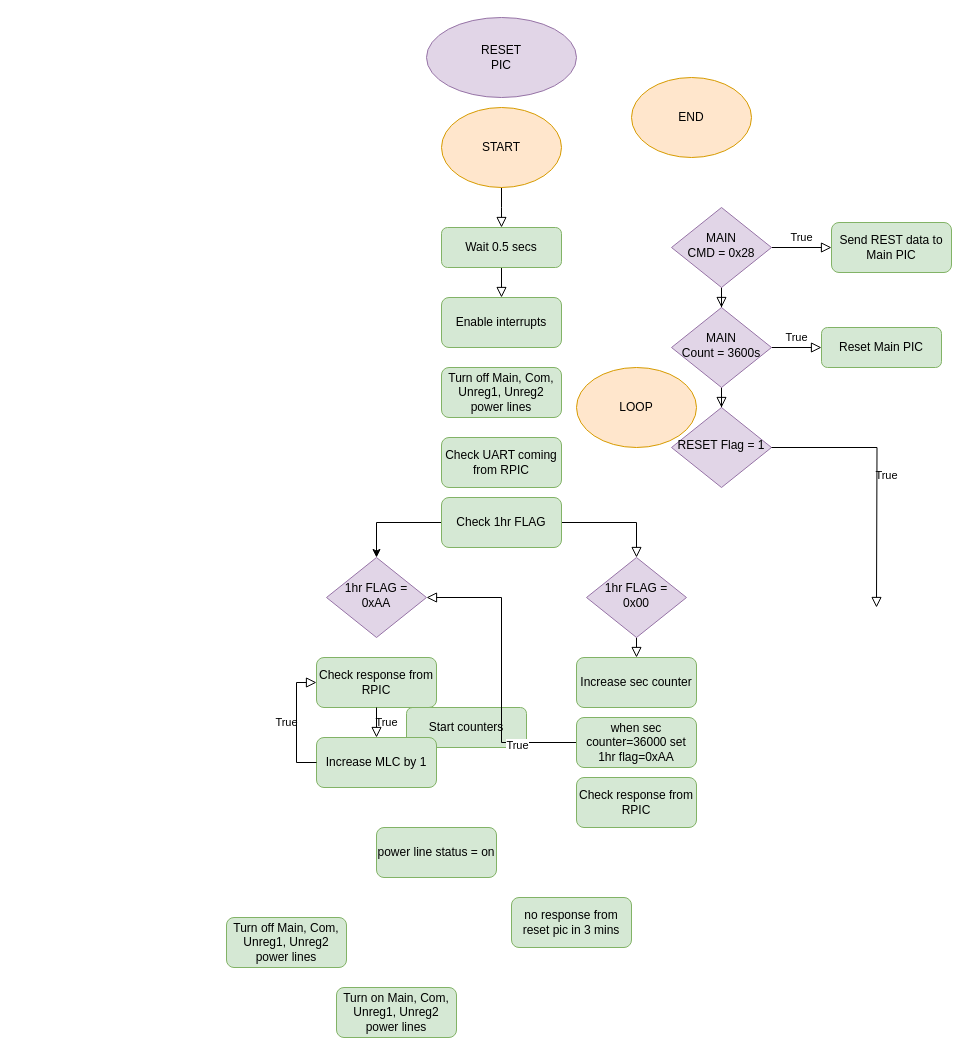
BIRDSOpenSource/BIRDSRP-OBC keeps this draw.io diagram as page "RESET-PIC-1.1" (4 of 9) of Diagrams/operation_scenario.drawio. Above is the earlier version. Source tidied: cells renumbered, new cells numbered last; positions are measured from the earlier drawing's top-left corner, leaving out a move shared by most shapes. Both pictures are drawn from the tidied source at 100%, with x=0, y=0 at pixel (226, 17).
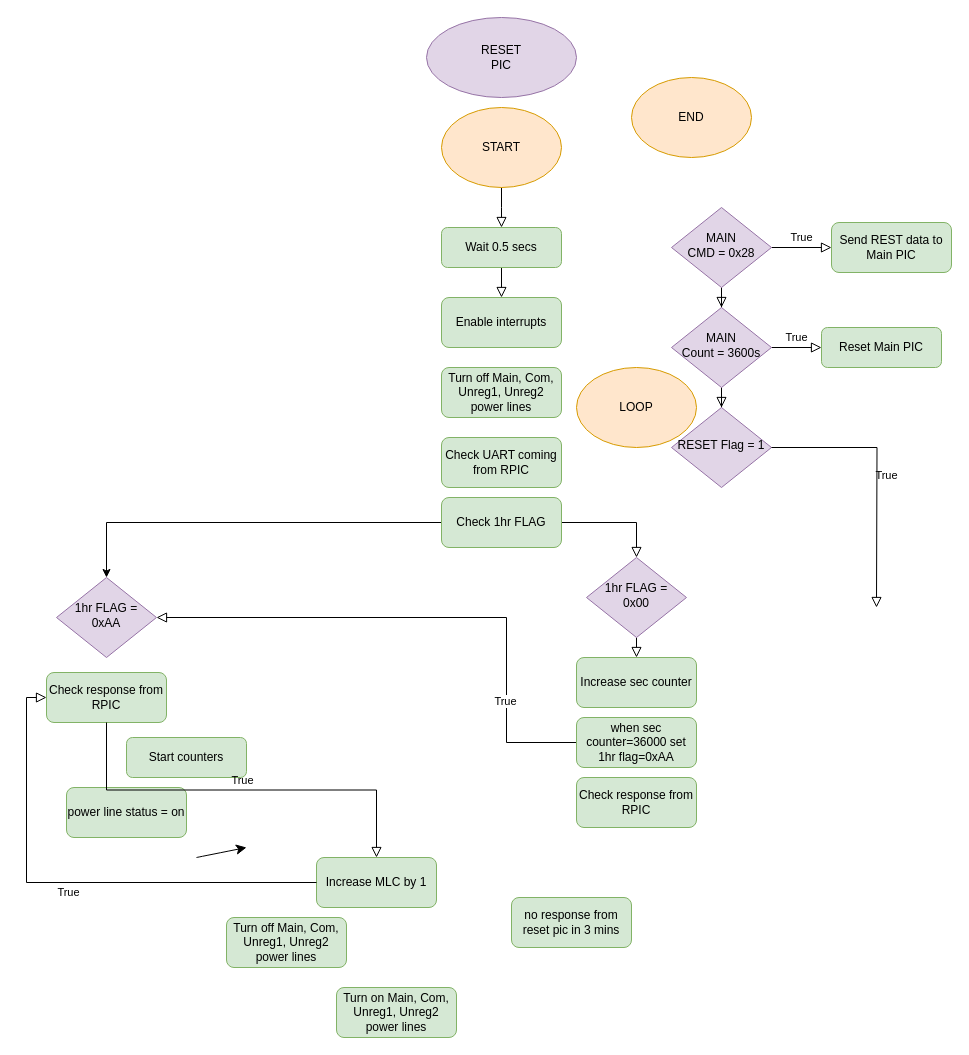
After the change.

Unchanged cells that the change refers to:
```xml
<mxCell id="35" value="&lt;div&gt;when sec counter=36000 set 1hr flag=0xAA&lt;/div&gt;" style="rounded=1;whiteSpace=wrap;html=1;fontSize=12;glass=0;strokeWidth=1;shadow=0;fillColor=#d5e8d4;strokeColor=#82b366;" parent="1" vertex="1">
  <mxGeometry x="350" y="700" width="120" height="50" as="geometry" />
</mxCell>
```

Change to the diagram source:
```diff
@@
     <mxCell id="23" value="Start counters" style="rounded=1;whiteSpace=wrap;html=1;fontSize=12;glass=0;strokeWidth=1;shadow=0;fillColor=#d5e8d4;strokeColor=#82b366;" parent="1" vertex="1">
-      <mxGeometry x="180" y="690" width="120" height="40" as="geometry" />
+      <mxGeometry x="-100" y="720" width="120" height="40" as="geometry" />
     </mxCell>
@@
     <mxCell id="25" style="edgeStyle=orthogonalEdgeStyle;rounded=0;html=1;jettySize=auto;fontSize=11;endArrow=block;endFill=0;endSize=8;strokeWidth=1;shadow=0;labelBackgroundColor=none;exitX=0;exitY=0.5;exitDx=0;exitDy=0;entryX=1;entryY=0.5;entryDx=0;entryDy=0;" parent="1" edge="1" source="35" target="29">
-      <mxGeometry y="10" relative="1" as="geometry" />
+      <mxGeometry y="10" relative="1" as="geometry">
+        <Array as="points">
+          <mxPoint x="280" y="725" />
+          <mxPoint x="280" y="600" />
+        </Array>
+      </mxGeometry>
     </mxCell>
@@
     <mxCell id="29" value="&lt;div&gt;1hr FLAG = 0xAA&lt;/div&gt;" style="rhombus;whiteSpace=wrap;html=1;shadow=0;fontFamily=Helvetica;fontSize=12;align=center;strokeWidth=1;spacing=6;spacingTop=-4;fillColor=#e1d5e7;strokeColor=#9673a6;" parent="1" vertex="1">
-      <mxGeometry x="100" y="540" width="100" height="80" as="geometry" />
+      <mxGeometry x="-170" y="560" width="100" height="80" as="geometry" />
     </mxCell>
     <mxCell id="30" value="&lt;div&gt;Check response from RPIC&lt;/div&gt;" style="rounded=1;whiteSpace=wrap;html=1;fontSize=12;glass=0;strokeWidth=1;shadow=0;fillColor=#d5e8d4;strokeColor=#82b366;" parent="1" vertex="1">
-      <mxGeometry x="90" y="640" width="120" height="50" as="geometry" />
+      <mxGeometry x="-180" y="655" width="120" height="50" as="geometry" />
     </mxCell>
@@
     <mxCell id="32" value="&lt;div&gt;Increase MLC by 1&lt;/div&gt;" style="rounded=1;whiteSpace=wrap;html=1;fontSize=12;glass=0;strokeWidth=1;shadow=0;fillColor=#d5e8d4;strokeColor=#82b366;" parent="1" vertex="1">
-      <mxGeometry x="90" y="720" width="120" height="50" as="geometry" />
+      <mxGeometry x="90" y="840" width="120" height="50" as="geometry" />
     </mxCell>
+    <mxCell id="42" style="edgeStyle=none;curved=1;rounded=0;orthogonalLoop=1;jettySize=auto;html=1;fontSize=12;startSize=8;endSize=8;" parent="1" edge="1">
+      <mxGeometry relative="1" as="geometry">
+        <mxPoint x="-30" y="840" as="sourcePoint" />
+        <mxPoint x="20" y="830" as="targetPoint" />
+      </mxGeometry>
+    </mxCell>
     <mxCell id="33" value="&lt;div&gt;power line status = on&lt;/div&gt;" style="rounded=1;whiteSpace=wrap;html=1;fontSize=12;glass=0;strokeWidth=1;shadow=0;fillColor=#d5e8d4;strokeColor=#82b366;" parent="1" vertex="1">
-      <mxGeometry x="150" y="810" width="120" height="50" as="geometry" />
+      <mxGeometry x="-160" y="770" width="120" height="50" as="geometry" />
     </mxCell>
```
